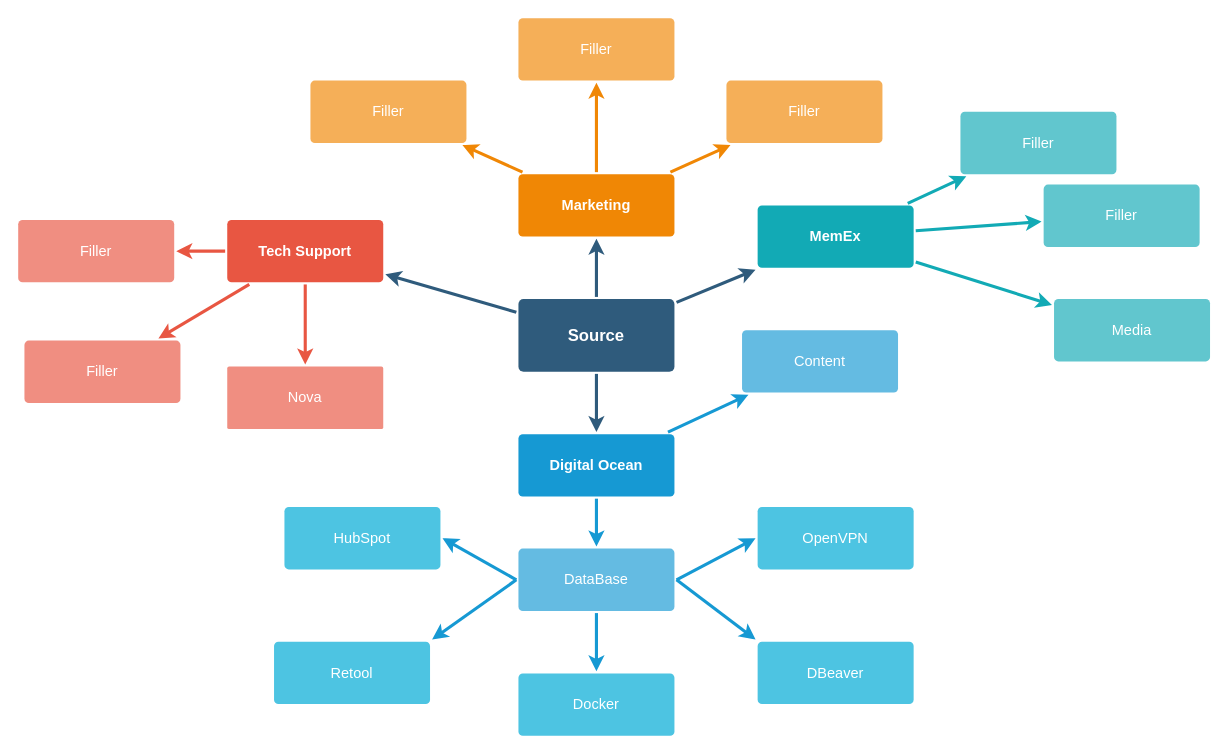
Above: startingFolder-Other/Untitled Diagram.drawio in Bluon-Kyle/diagrams-drawings (draw.io), before the change. Source tidied: cells renumbered, new cells numbered last; positions are measured from the earlier drawing's top-left corner, leaving out a move shared by most shapes. Both pictures are drawn from the tidied source at 104%, with x=0, y=0 at pixel (18, 18).
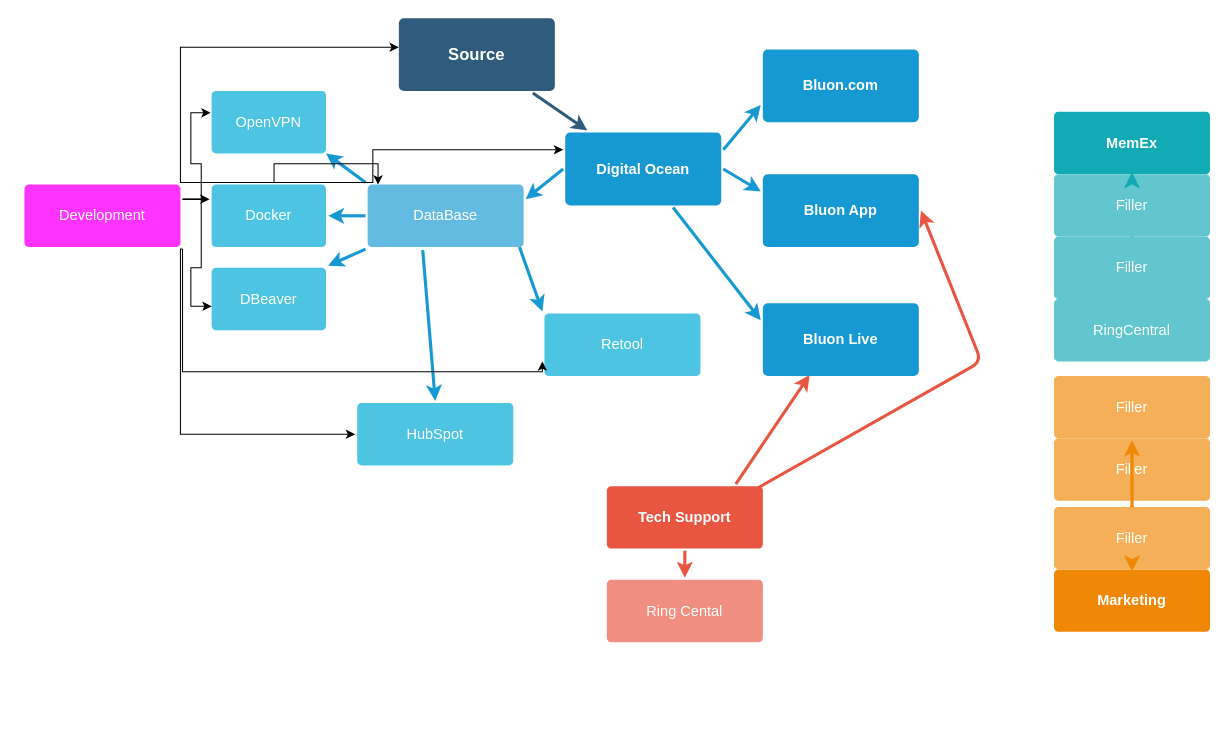
The same diagram, later.

Change to the diagram source:
```diff
@@
-    <mxCell id="2" style="edgeStyle=none;rounded=0;jumpStyle=none;html=1;shadow=0;labelBackgroundColor=none;startArrow=none;startFill=0;endArrow=classic;endFill=1;jettySize=auto;strokeColor=#2F5B7C;strokeWidth=3;fontFamily=Helvetica;fontSize=16;fontColor=#23445D;spacing=5;" parent="1" edge="1" source="6" target="20">
-      <mxGeometry relative="1" as="geometry" />
-    </mxCell>
-    <mxCell id="3" style="edgeStyle=none;rounded=0;jumpStyle=none;html=1;shadow=0;labelBackgroundColor=none;startArrow=none;startFill=0;endArrow=classic;endFill=1;jettySize=auto;strokeColor=#2F5B7C;strokeWidth=3;fontFamily=Helvetica;fontSize=16;fontColor=#23445D;spacing=5;" parent="1" edge="1" source="6" target="27">
-      <mxGeometry relative="1" as="geometry" />
-    </mxCell>
@@
-    <mxCell id="5" style="edgeStyle=none;rounded=0;jumpStyle=none;html=1;shadow=0;labelBackgroundColor=none;startArrow=none;startFill=0;endArrow=classic;endFill=1;jettySize=auto;strokeColor=#2F5B7C;strokeWidth=3;fontFamily=Helvetica;fontSize=16;fontColor=#23445D;spacing=5;" parent="1" edge="1" source="6" target="10">
-      <mxGeometry relative="1" as="geometry" />
-    </mxCell>
     <mxCell id="6" value="Source" style="rounded=1;whiteSpace=wrap;html=1;shadow=0;labelBackgroundColor=none;strokeColor=none;strokeWidth=3;fillColor=#2F5B7C;fontFamily=Helvetica;fontSize=16;fontColor=#FFFFFF;align=center;fontStyle=1;spacing=5;arcSize=7;perimeterSpacing=2;" parent="1" vertex="1">
-      <mxGeometry x="481" y="270" width="150" height="70" as="geometry" />
+      <mxGeometry x="366" width="150" height="70" as="geometry" />
     </mxCell>
-    <mxCell id="7" style="edgeStyle=none;rounded=1;jumpStyle=none;html=1;shadow=0;labelBackgroundColor=none;startArrow=none;startFill=0;jettySize=auto;strokeColor=#E85642;strokeWidth=3;fontFamily=Helvetica;fontSize=14;fontColor=#FFFFFF;spacing=5;fontStyle=1;fillColor=#b0e3e6;" parent="1" edge="1" source="10" target="13">
-      <mxGeometry relative="1" as="geometry" />
-    </mxCell>
@@
-    <mxCell id="9" style="edgeStyle=none;rounded=1;jumpStyle=none;html=1;shadow=0;labelBackgroundColor=none;startArrow=none;startFill=0;jettySize=auto;strokeColor=#E85642;strokeWidth=3;fontFamily=Helvetica;fontSize=14;fontColor=#FFFFFF;spacing=5;fontStyle=1;fillColor=#b0e3e6;" parent="1" edge="1" source="10" target="11">
+    <mxCell id="9" style="edgeStyle=none;rounded=1;jumpStyle=none;html=1;shadow=0;labelBackgroundColor=none;startArrow=none;startFill=0;jettySize=auto;strokeColor=#E85642;strokeWidth=3;fontFamily=Helvetica;fontSize=14;fontColor=#FFFFFF;spacing=5;fontStyle=1;fillColor=#b0e3e6;exitX=0.818;exitY=0;exitDx=0;exitDy=0;exitPerimeter=0;entryX=0.305;entryY=0.959;entryDx=0;entryDy=0;entryPerimeter=0;" parent="1" edge="1" source="10" target="46">
       <mxGeometry relative="1" as="geometry" />
     </mxCell>
     <mxCell id="10" value="Tech Support" style="rounded=1;whiteSpace=wrap;html=1;shadow=0;labelBackgroundColor=none;strokeColor=none;strokeWidth=3;fillColor=#e85642;fontFamily=Helvetica;fontSize=14;fontColor=#FFFFFF;align=center;spacing=5;fontStyle=1;arcSize=7;perimeterSpacing=2;" parent="1" vertex="1">
-      <mxGeometry x="201" y="194" width="150" height="60" as="geometry" />
+      <mxGeometry x="566" y="450" width="150" height="60" as="geometry" />
     </mxCell>
-    <mxCell id="11" value="Filler" style="rounded=1;whiteSpace=wrap;html=1;shadow=0;labelBackgroundColor=none;strokeColor=none;strokeWidth=3;fillColor=#f08e81;fontFamily=Helvetica;fontSize=14;fontColor=#FFFFFF;align=center;spacing=5;fontStyle=0;arcSize=7;perimeterSpacing=2;" parent="1" vertex="1">
-      <mxGeometry x="6" y="310" width="150" height="60" as="geometry" />
-    </mxCell>
-    <mxCell id="12" value="Filler" style="rounded=1;whiteSpace=wrap;html=1;shadow=0;labelBackgroundColor=none;strokeColor=none;strokeWidth=3;fillColor=#f08e81;fontFamily=Helvetica;fontSize=14;fontColor=#FFFFFF;align=center;spacing=5;fontStyle=0;arcSize=7;perimeterSpacing=2;" parent="1" vertex="1">
-      <mxGeometry y="194" width="150" height="60" as="geometry" />
+    <mxCell id="12" value="Ring Cental" style="rounded=1;whiteSpace=wrap;html=1;shadow=0;labelBackgroundColor=none;strokeColor=none;strokeWidth=3;fillColor=#f08e81;fontFamily=Helvetica;fontSize=14;fontColor=#FFFFFF;align=center;spacing=5;fontStyle=0;arcSize=7;perimeterSpacing=2;" parent="1" vertex="1">
+      <mxGeometry x="566" y="540" width="150" height="60" as="geometry" />
     </mxCell>
-    <mxCell id="13" value="Nova" style="rounded=1;whiteSpace=wrap;html=1;shadow=0;labelBackgroundColor=none;strokeColor=none;strokeWidth=3;fillColor=#f08e81;fontFamily=Helvetica;fontSize=14;fontColor=#FFFFFF;align=center;spacing=5;fontStyle=0;arcSize=3;perimeterSpacing=2;" parent="1" vertex="1">
-      <mxGeometry x="201" y="335" width="150" height="60" as="geometry" />
-    </mxCell>
-    <mxCell id="14" style="edgeStyle=none;rounded=0;jumpStyle=none;html=1;shadow=0;labelBackgroundColor=none;startArrow=none;startFill=0;endArrow=classic;endFill=1;jettySize=auto;strokeColor=#1699D3;strokeWidth=3;fontFamily=Helvetica;fontSize=14;fontColor=#FFFFFF;spacing=5;exitX=0;exitY=0.5;exitDx=0;exitDy=0;entryX=1;entryY=0;entryDx=0;entryDy=0;" parent="1" edge="1" source="19" target="37">
+    <mxCell id="14" style="edgeStyle=none;rounded=0;jumpStyle=none;html=1;shadow=0;labelBackgroundColor=none;startArrow=none;startFill=0;endArrow=classic;endFill=1;jettySize=auto;strokeColor=#1699D3;strokeWidth=3;fontFamily=Helvetica;fontSize=14;fontColor=#FFFFFF;spacing=5;exitX=0.961;exitY=0.969;exitDx=0;exitDy=0;entryX=0;entryY=0;entryDx=0;entryDy=0;exitPerimeter=0;" parent="1" edge="1" source="19" target="37">
       <mxGeometry relative="1" as="geometry" />
     </mxCell>
-    <mxCell id="15" style="edgeStyle=none;rounded=0;jumpStyle=none;html=1;shadow=0;labelBackgroundColor=none;startArrow=none;startFill=0;endArrow=classic;endFill=1;jettySize=auto;strokeColor=#1699D3;strokeWidth=3;fontFamily=Helvetica;fontSize=14;fontColor=#FFFFFF;spacing=5;" parent="1" edge="1" source="17" target="19">
-      <mxGeometry relative="1" as="geometry" />
-    </mxCell>
-    <mxCell id="16" style="edgeStyle=none;rounded=0;jumpStyle=none;html=1;shadow=0;labelBackgroundColor=none;startArrow=none;startFill=0;endArrow=classic;endFill=1;jettySize=auto;strokeColor=#1699D3;strokeWidth=3;fontFamily=Helvetica;fontSize=14;fontColor=#FFFFFF;spacing=5;" parent="1" edge="1" source="17" target="18">
+    <mxCell id="16" style="edgeStyle=none;rounded=0;jumpStyle=none;html=1;shadow=0;labelBackgroundColor=none;startArrow=none;startFill=0;endArrow=classic;endFill=1;jettySize=auto;strokeColor=#1699D3;strokeWidth=3;fontFamily=Helvetica;fontSize=14;fontColor=#FFFFFF;spacing=5;entryX=0;entryY=0.25;entryDx=0;entryDy=0;" parent="1" edge="1" source="17" target="46">
       <mxGeometry relative="1" as="geometry" />
     </mxCell>
     <mxCell id="17" value="Digital Ocean" style="rounded=1;whiteSpace=wrap;html=1;shadow=0;labelBackgroundColor=none;strokeColor=none;strokeWidth=3;fillColor=#1699d3;fontFamily=Helvetica;fontSize=14;fontColor=#FFFFFF;align=center;spacing=5;fontStyle=1;arcSize=7;perimeterSpacing=2;" parent="1" vertex="1">
-      <mxGeometry x="481" y="400" width="150" height="60" as="geometry" />
+      <mxGeometry x="526" y="110" width="150" height="70" as="geometry" />
     </mxCell>
-    <mxCell id="18" value="Content" style="rounded=1;whiteSpace=wrap;html=1;shadow=0;labelBackgroundColor=none;strokeColor=none;strokeWidth=3;fillColor=#64bbe2;fontFamily=Helvetica;fontSize=14;fontColor=#FFFFFF;align=center;spacing=5;arcSize=7;perimeterSpacing=2;" parent="1" vertex="1">
-      <mxGeometry x="696" y="300" width="150" height="60" as="geometry" />
-    </mxCell>
     <mxCell id="19" value="DataBase" style="rounded=1;whiteSpace=wrap;html=1;shadow=0;labelBackgroundColor=none;strokeColor=none;strokeWidth=3;fillColor=#64bbe2;fontFamily=Helvetica;fontSize=14;fontColor=#FFFFFF;align=center;spacing=5;arcSize=7;perimeterSpacing=2;" parent="1" vertex="1">
-      <mxGeometry x="481" y="510" width="150" height="60" as="geometry" />
+      <mxGeometry x="336" y="160" width="150" height="60" as="geometry" />
     </mxCell>
     <mxCell id="20" value="Marketing" style="rounded=1;whiteSpace=wrap;html=1;shadow=0;labelBackgroundColor=none;strokeColor=none;strokeWidth=3;fillColor=#F08705;fontFamily=Helvetica;fontSize=14;fontColor=#FFFFFF;align=center;spacing=5;fontStyle=1;arcSize=7;perimeterSpacing=2;" parent="1" vertex="1">
-      <mxGeometry x="481" y="150" width="150" height="60" as="geometry" />
+      <mxGeometry x="996" y="530" width="150" height="60" as="geometry" />
     </mxCell>
     <mxCell id="21" value="Filler" style="rounded=1;whiteSpace=wrap;html=1;shadow=0;labelBackgroundColor=none;strokeColor=none;strokeWidth=3;fillColor=#f5af58;fontFamily=Helvetica;fontSize=14;fontColor=#FFFFFF;align=center;spacing=5;arcSize=7;perimeterSpacing=2;" parent="1" vertex="1">
-      <mxGeometry x="681" y="60" width="150" height="60" as="geometry" />
+      <mxGeometry x="996" y="404" width="150" height="60" as="geometry" />
     </mxCell>
@@
     <mxCell id="23" value="Filler" style="rounded=1;whiteSpace=wrap;html=1;shadow=0;labelBackgroundColor=none;strokeColor=none;strokeWidth=3;fillColor=#f5af58;fontFamily=Helvetica;fontSize=14;fontColor=#FFFFFF;align=center;spacing=5;arcSize=7;perimeterSpacing=2;" parent="1" vertex="1">
-      <mxGeometry x="481" width="150" height="60" as="geometry" />
+      <mxGeometry x="996" y="344" width="150" height="60" as="geometry" />
     </mxCell>
@@
     <mxCell id="25" value="Filler" style="rounded=1;whiteSpace=wrap;html=1;shadow=0;labelBackgroundColor=none;strokeColor=none;strokeWidth=3;fillColor=#f5af58;fontFamily=Helvetica;fontSize=14;fontColor=#FFFFFF;align=center;spacing=5;arcSize=7;perimeterSpacing=2;" parent="1" vertex="1">
-      <mxGeometry x="281" y="60" width="150" height="60" as="geometry" />
+      <mxGeometry x="996" y="470" width="150" height="60" as="geometry" />
     </mxCell>
@@
     <mxCell id="27" value="MemEx" style="rounded=1;whiteSpace=wrap;html=1;shadow=0;labelBackgroundColor=none;strokeColor=none;strokeWidth=3;fillColor=#12aab5;fontFamily=Helvetica;fontSize=14;fontColor=#FFFFFF;align=center;spacing=5;fontStyle=1;arcSize=7;perimeterSpacing=2;" parent="1" vertex="1">
-      <mxGeometry x="711" y="180" width="150" height="60" as="geometry" />
+      <mxGeometry x="996" y="90" width="150" height="60" as="geometry" />
     </mxCell>
-    <mxCell id="28" value="Media" style="rounded=1;whiteSpace=wrap;html=1;shadow=0;labelBackgroundColor=none;strokeColor=none;strokeWidth=3;fillColor=#61c6ce;fontFamily=Helvetica;fontSize=14;fontColor=#FFFFFF;align=center;spacing=5;fontStyle=0;arcSize=7;perimeterSpacing=2;" parent="1" vertex="1">
+    <mxCell id="28" value="RingCentral" style="rounded=1;whiteSpace=wrap;html=1;shadow=0;labelBackgroundColor=none;strokeColor=none;strokeWidth=3;fillColor=#61c6ce;fontFamily=Helvetica;fontSize=14;fontColor=#FFFFFF;align=center;spacing=5;fontStyle=0;arcSize=7;perimeterSpacing=2;" parent="1" vertex="1">
       <mxGeometry x="996" y="270" width="150" height="60" as="geometry" />
     </mxCell>
@@
     <mxCell id="30" value="Filler" style="rounded=1;whiteSpace=wrap;html=1;shadow=0;labelBackgroundColor=none;strokeColor=none;strokeWidth=3;fillColor=#61c6ce;fontFamily=Helvetica;fontSize=14;fontColor=#FFFFFF;align=center;spacing=5;fontStyle=0;arcSize=7;perimeterSpacing=2;" parent="1" vertex="1">
-      <mxGeometry x="986" y="160" width="150" height="60" as="geometry" />
+      <mxGeometry x="996" y="210" width="150" height="60" as="geometry" />
     </mxCell>
@@
     <mxCell id="32" value="Filler" style="rounded=1;whiteSpace=wrap;html=1;shadow=0;labelBackgroundColor=none;strokeColor=none;strokeWidth=3;fillColor=#61c6ce;fontFamily=Helvetica;fontSize=14;fontColor=#FFFFFF;align=center;spacing=5;fontStyle=0;arcSize=7;perimeterSpacing=2;" parent="1" vertex="1">
-      <mxGeometry x="906" y="90" width="150" height="60" as="geometry" />
+      <mxGeometry x="996" y="150" width="150" height="60" as="geometry" />
     </mxCell>
@@
     <mxCell id="34" value="Docker" style="rounded=1;whiteSpace=wrap;html=1;shadow=0;labelBackgroundColor=none;strokeColor=none;strokeWidth=3;fillColor=#4DC4E2;fontFamily=Helvetica;fontSize=14;fontColor=#FFFFFF;align=center;spacing=5;arcSize=7;perimeterSpacing=2;" parent="1" vertex="1">
-      <mxGeometry x="481" y="630" width="150" height="60" as="geometry" />
+      <mxGeometry x="186" y="160" width="110" height="60" as="geometry" />
     </mxCell>
-    <mxCell id="35" style="edgeStyle=none;rounded=0;jumpStyle=none;html=1;shadow=0;labelBackgroundColor=none;startArrow=none;startFill=0;endArrow=classic;endFill=1;jettySize=auto;strokeColor=#1699D3;strokeWidth=3;fontFamily=Helvetica;fontSize=14;fontColor=#FFFFFF;spacing=5;exitX=0.5;exitY=1;exitDx=0;exitDy=0;entryX=0.5;entryY=0;entryDx=0;entryDy=0;" parent="1" edge="1" source="19" target="34">
+    <mxCell id="35" style="edgeStyle=none;rounded=0;jumpStyle=none;html=1;shadow=0;labelBackgroundColor=none;startArrow=none;startFill=0;endArrow=classic;endFill=1;jettySize=auto;strokeColor=#1699D3;strokeWidth=3;fontFamily=Helvetica;fontSize=14;fontColor=#FFFFFF;spacing=5;exitX=0;exitY=0.5;exitDx=0;exitDy=0;entryX=1;entryY=0.5;entryDx=0;entryDy=0;" parent="1" edge="1" source="19" target="34">
       <mxGeometry relative="1" as="geometry" />
     </mxCell>
     <mxCell id="36" value="HubSpot" style="rounded=1;whiteSpace=wrap;html=1;shadow=0;labelBackgroundColor=none;strokeColor=none;strokeWidth=3;fillColor=#4DC4E2;fontFamily=Helvetica;fontSize=14;fontColor=#FFFFFF;align=center;spacing=5;arcSize=7;perimeterSpacing=2;" parent="1" vertex="1">
-      <mxGeometry x="256" y="470" width="150" height="60" as="geometry" />
+      <mxGeometry x="326" y="370" width="150" height="60" as="geometry" />
     </mxCell>
     <mxCell id="37" value="Retool" style="rounded=1;whiteSpace=wrap;html=1;shadow=0;labelBackgroundColor=none;strokeColor=none;strokeWidth=3;fillColor=#4DC4E2;fontFamily=Helvetica;fontSize=14;fontColor=#FFFFFF;align=center;spacing=5;arcSize=7;perimeterSpacing=2;" parent="1" vertex="1">
-      <mxGeometry x="246" y="599.5" width="150" height="60" as="geometry" />
+      <mxGeometry x="506" y="284" width="150" height="60" as="geometry" />
     </mxCell>
-    <mxCell id="38" style="edgeStyle=none;rounded=0;jumpStyle=none;html=1;shadow=0;labelBackgroundColor=none;startArrow=none;startFill=0;endArrow=classic;endFill=1;jettySize=auto;strokeColor=#1699D3;strokeWidth=3;fontFamily=Helvetica;fontSize=14;fontColor=#FFFFFF;spacing=5;exitX=0;exitY=0.5;exitDx=0;exitDy=0;entryX=1;entryY=0.5;entryDx=0;entryDy=0;" parent="1" edge="1" source="19" target="36">
+    <mxCell id="38" style="edgeStyle=none;rounded=0;jumpStyle=none;html=1;shadow=0;labelBackgroundColor=none;startArrow=none;startFill=0;endArrow=classic;endFill=1;jettySize=auto;strokeColor=#1699D3;strokeWidth=3;fontFamily=Helvetica;fontSize=14;fontColor=#FFFFFF;spacing=5;exitX=0.357;exitY=1.016;exitDx=0;exitDy=0;entryX=0.5;entryY=0;entryDx=0;entryDy=0;exitPerimeter=0;" parent="1" edge="1" source="19" target="36">
       <mxGeometry relative="1" as="geometry" />
     </mxCell>
-    <mxCell id="39" style="edgeStyle=none;rounded=0;jumpStyle=none;html=1;shadow=0;labelBackgroundColor=none;startArrow=none;startFill=0;endArrow=classic;endFill=1;jettySize=auto;strokeColor=#1699D3;strokeWidth=3;fontFamily=Helvetica;fontSize=14;fontColor=#FFFFFF;spacing=5;exitX=1;exitY=0.5;exitDx=0;exitDy=0;entryX=0;entryY=0.5;entryDx=0;entryDy=0;" parent="1" edge="1" source="19" target="42">
-      <mxGeometry relative="1" as="geometry" />
+    <mxCell id="39" style="edgeStyle=none;rounded=0;jumpStyle=none;html=1;shadow=0;labelBackgroundColor=none;startArrow=none;startFill=0;endArrow=classic;endFill=1;jettySize=auto;strokeColor=#1699D3;strokeWidth=3;fontFamily=Helvetica;fontSize=14;fontColor=#FFFFFF;spacing=5;exitX=0;exitY=0;exitDx=0;exitDy=0;" parent="1" edge="1" source="19">
+      <mxGeometry relative="1" as="geometry">
+        <mxPoint x="296" y="130" as="targetPoint" />
+      </mxGeometry>
     </mxCell>
-    <mxCell id="40" style="edgeStyle=none;rounded=0;jumpStyle=none;html=1;shadow=0;labelBackgroundColor=none;startArrow=none;startFill=0;endArrow=classic;endFill=1;jettySize=auto;strokeColor=#1699D3;strokeWidth=3;fontFamily=Helvetica;fontSize=14;fontColor=#FFFFFF;spacing=5;exitX=1;exitY=0.5;exitDx=0;exitDy=0;entryX=0;entryY=0;entryDx=0;entryDy=0;" parent="1" edge="1" source="19" target="41">
+    <mxCell id="40" style="edgeStyle=none;rounded=0;jumpStyle=none;html=1;shadow=0;labelBackgroundColor=none;startArrow=none;startFill=0;endArrow=classic;endFill=1;jettySize=auto;strokeColor=#1699D3;strokeWidth=3;fontFamily=Helvetica;fontSize=14;fontColor=#FFFFFF;spacing=5;exitX=0;exitY=1;exitDx=0;exitDy=0;entryX=1;entryY=0;entryDx=0;entryDy=0;" parent="1" edge="1" source="19" target="41">
       <mxGeometry relative="1" as="geometry" />
     </mxCell>
     <mxCell id="41" value="DBeaver" style="rounded=1;whiteSpace=wrap;html=1;shadow=0;labelBackgroundColor=none;strokeColor=none;strokeWidth=3;fillColor=#4DC4E2;fontFamily=Helvetica;fontSize=14;fontColor=#FFFFFF;align=center;spacing=5;arcSize=7;perimeterSpacing=2;" parent="1" vertex="1">
-      <mxGeometry x="711" y="599.5" width="150" height="60" as="geometry" />
+      <mxGeometry x="186" y="240" width="110" height="60" as="geometry" />
     </mxCell>
     <mxCell id="42" value="OpenVPN" style="rounded=1;whiteSpace=wrap;html=1;shadow=0;labelBackgroundColor=none;strokeColor=none;strokeWidth=3;fillColor=#4DC4E2;fontFamily=Helvetica;fontSize=14;fontColor=#FFFFFF;align=center;spacing=5;arcSize=7;perimeterSpacing=2;" parent="1" vertex="1">
-      <mxGeometry x="711" y="470" width="150" height="60" as="geometry" />
+      <mxGeometry x="186" y="70" width="110" height="60" as="geometry" />
     </mxCell>
+    <mxCell id="43" value="Bluon.com" style="rounded=1;whiteSpace=wrap;html=1;shadow=0;labelBackgroundColor=none;strokeColor=none;strokeWidth=3;fillColor=#1699d3;fontFamily=Helvetica;fontSize=14;fontColor=#FFFFFF;align=center;spacing=5;fontStyle=1;arcSize=7;perimeterSpacing=2;" parent="1" vertex="1">
+      <mxGeometry x="716" y="30" width="150" height="70" as="geometry" />
+    </mxCell>
+    <mxCell id="44" style="edgeStyle=none;rounded=0;jumpStyle=none;html=1;shadow=0;labelBackgroundColor=none;startArrow=none;startFill=0;endArrow=classic;endFill=1;jettySize=auto;strokeColor=#1699D3;strokeWidth=3;fontFamily=Helvetica;fontSize=14;fontColor=#FFFFFF;spacing=5;exitX=1;exitY=0.25;exitDx=0;exitDy=0;entryX=0;entryY=0.75;entryDx=0;entryDy=0;" parent="1" edge="1" source="17" target="43">
+      <mxGeometry relative="1" as="geometry" />
+    </mxCell>
+    <mxCell id="15" style="edgeStyle=none;rounded=0;jumpStyle=none;html=1;shadow=0;labelBackgroundColor=none;startArrow=none;startFill=0;endArrow=classic;endFill=1;jettySize=auto;strokeColor=#1699D3;strokeWidth=3;fontFamily=Helvetica;fontSize=14;fontColor=#FFFFFF;spacing=5;exitX=0;exitY=0.5;exitDx=0;exitDy=0;entryX=1;entryY=0.25;entryDx=0;entryDy=0;" parent="1" edge="1" source="17" target="19">
+      <mxGeometry relative="1" as="geometry" />
+    </mxCell>
+    <mxCell id="45" value="Bluon App" style="rounded=1;whiteSpace=wrap;html=1;shadow=0;labelBackgroundColor=none;strokeColor=none;strokeWidth=3;fillColor=#1699d3;fontFamily=Helvetica;fontSize=14;fontColor=#FFFFFF;align=center;spacing=5;fontStyle=1;arcSize=7;perimeterSpacing=2;" parent="1" vertex="1">
+      <mxGeometry x="716" y="150" width="150" height="70" as="geometry" />
+    </mxCell>
+    <mxCell id="46" value="Bluon Live" style="rounded=1;whiteSpace=wrap;html=1;shadow=0;labelBackgroundColor=none;strokeColor=none;strokeWidth=3;fillColor=#1699d3;fontFamily=Helvetica;fontSize=14;fontColor=#FFFFFF;align=center;spacing=5;fontStyle=1;arcSize=7;perimeterSpacing=2;" parent="1" vertex="1">
+      <mxGeometry x="716" y="274" width="150" height="70" as="geometry" />
+    </mxCell>
+    <mxCell id="47" style="edgeStyle=orthogonalEdgeStyle;rounded=0;jettySize=auto;html=1;exitX=1;exitY=0.25;exitDx=0;exitDy=0;entryX=0;entryY=0.25;entryDx=0;entryDy=0;" parent="1" edge="1" source="55" target="34">
+      <mxGeometry relative="1" as="geometry" />
+    </mxCell>
+    <mxCell id="48" style="edgeStyle=orthogonalEdgeStyle;rounded=0;jettySize=auto;html=1;exitX=1;exitY=0.25;exitDx=0;exitDy=0;entryX=0.009;entryY=0.359;entryDx=0;entryDy=0;entryPerimeter=0;" parent="1" edge="1" source="55" target="42">
+      <mxGeometry relative="1" as="geometry" />
+    </mxCell>
+    <mxCell id="49" style="edgeStyle=orthogonalEdgeStyle;rounded=0;jettySize=auto;html=1;exitX=1;exitY=0.25;exitDx=0;exitDy=0;entryX=0.018;entryY=0.609;entryDx=0;entryDy=0;entryPerimeter=0;" parent="1" edge="1" source="55" target="41">
+      <mxGeometry relative="1" as="geometry" />
+    </mxCell>
+    <mxCell id="50" style="edgeStyle=orthogonalEdgeStyle;rounded=0;jettySize=auto;html=1;exitX=1;exitY=0;exitDx=0;exitDy=0;entryX=0.078;entryY=0.031;entryDx=0;entryDy=0;entryPerimeter=0;" parent="1" edge="1" source="55" target="19">
+      <mxGeometry relative="1" as="geometry" />
+    </mxCell>
+    <mxCell id="51" style="edgeStyle=orthogonalEdgeStyle;rounded=0;jettySize=auto;html=1;exitX=1;exitY=0;exitDx=0;exitDy=0;entryX=0.013;entryY=0.405;entryDx=0;entryDy=0;entryPerimeter=0;" parent="1" edge="1" source="55" target="6">
+      <mxGeometry relative="1" as="geometry">
+        <Array as="points">
+          <mxPoint x="156" y="158" />
+          <mxPoint x="156" y="28" />
+        </Array>
+      </mxGeometry>
+    </mxCell>
+    <mxCell id="52" style="edgeStyle=orthogonalEdgeStyle;rounded=0;jettySize=auto;html=1;exitX=1;exitY=0;exitDx=0;exitDy=0;entryX=0;entryY=0.25;entryDx=0;entryDy=0;" parent="1" edge="1" source="55" target="17">
+      <mxGeometry relative="1" as="geometry" />
+    </mxCell>
+    <mxCell id="53" style="edgeStyle=orthogonalEdgeStyle;rounded=0;jettySize=auto;html=1;exitX=1;exitY=1;exitDx=0;exitDy=0;" parent="1" edge="1" source="55" target="36">
+      <mxGeometry relative="1" as="geometry">
+        <Array as="points">
+          <mxPoint x="156" y="222" />
+          <mxPoint x="156" y="400" />
+        </Array>
+      </mxGeometry>
+    </mxCell>
+    <mxCell id="54" style="edgeStyle=orthogonalEdgeStyle;rounded=0;jettySize=auto;html=1;exitX=1;exitY=1;exitDx=0;exitDy=0;entryX=0;entryY=0.75;entryDx=0;entryDy=0;" parent="1" edge="1" source="55" target="37">
+      <mxGeometry relative="1" as="geometry">
+        <Array as="points">
+          <mxPoint x="158" y="340" />
+          <mxPoint x="504" y="340" />
+        </Array>
+      </mxGeometry>
+    </mxCell>
+    <mxCell id="55" value="Development" style="rounded=1;whiteSpace=wrap;html=1;shadow=0;labelBackgroundColor=none;strokeColor=none;strokeWidth=3;fillColor=#FF33FF;fontFamily=Helvetica;fontSize=14;fontColor=#FFFFFF;align=center;spacing=5;arcSize=7;perimeterSpacing=2;" parent="1" vertex="1">
+      <mxGeometry x="6" y="160" width="150" height="60" as="geometry" />
+    </mxCell>
+    <mxCell id="56" style="edgeStyle=none;rounded=0;jumpStyle=none;html=1;shadow=0;labelBackgroundColor=none;startArrow=none;startFill=0;endArrow=classic;endFill=1;jettySize=auto;strokeColor=#1699D3;strokeWidth=3;fontFamily=Helvetica;fontSize=14;fontColor=#FFFFFF;spacing=5;exitX=1;exitY=0.5;exitDx=0;exitDy=0;entryX=0;entryY=0.25;entryDx=0;entryDy=0;" parent="1" edge="1" source="17" target="45">
+      <mxGeometry relative="1" as="geometry" />
+    </mxCell>
+    <mxCell id="57" style="edgeStyle=none;rounded=1;jumpStyle=none;html=1;shadow=0;labelBackgroundColor=none;startArrow=none;startFill=0;jettySize=auto;strokeColor=#E85642;strokeWidth=3;fontFamily=Helvetica;fontSize=14;fontColor=#FFFFFF;spacing=5;fontStyle=1;fillColor=#b0e3e6;exitX=0.818;exitY=0;exitDx=0;exitDy=0;exitPerimeter=0;entryX=1;entryY=0.5;entryDx=0;entryDy=0;" parent="1" edge="1" target="45">
+      <mxGeometry relative="1" as="geometry">
+        <mxPoint x="700" y="458" as="sourcePoint" />
+        <Array as="points">
+          <mxPoint x="926" y="330" />
+        </Array>
+      </mxGeometry>
+    </mxCell>
```
